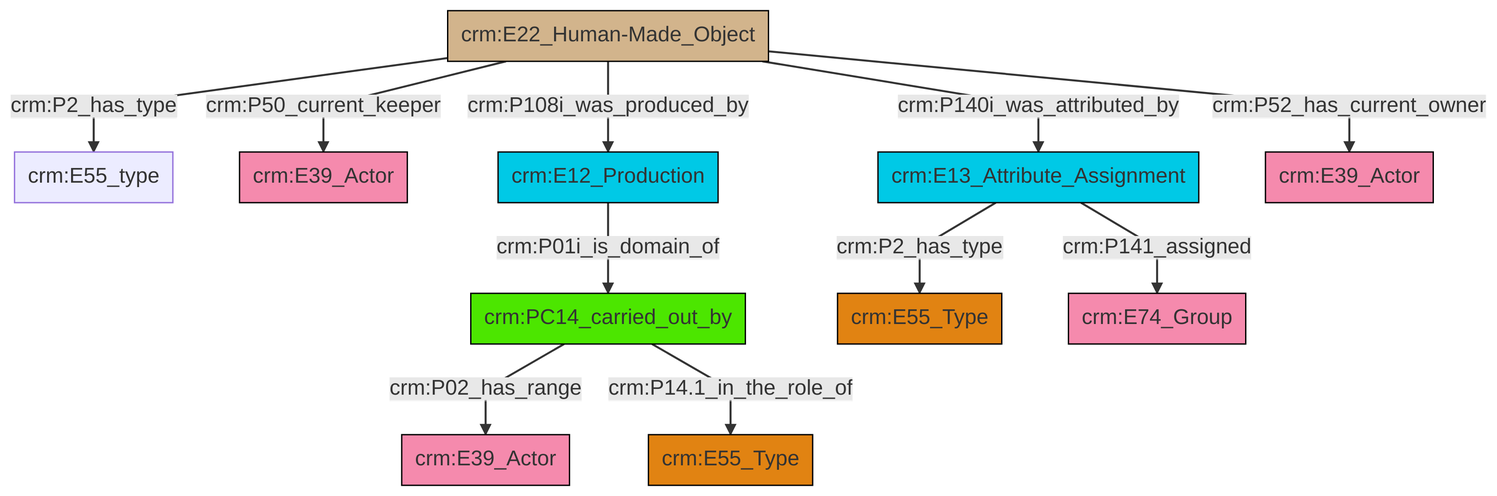
Before: et/artworkCSV/ttl/mmd/png/Artwork_Actor_Relations.png, a diagram exported from Mermaid (swiss-art-research-net/reference-data-models). Its source is kept beside it as et/artworkCSV/ttl/mmd/Artwork_Actor_Relations.ttl.mmd.
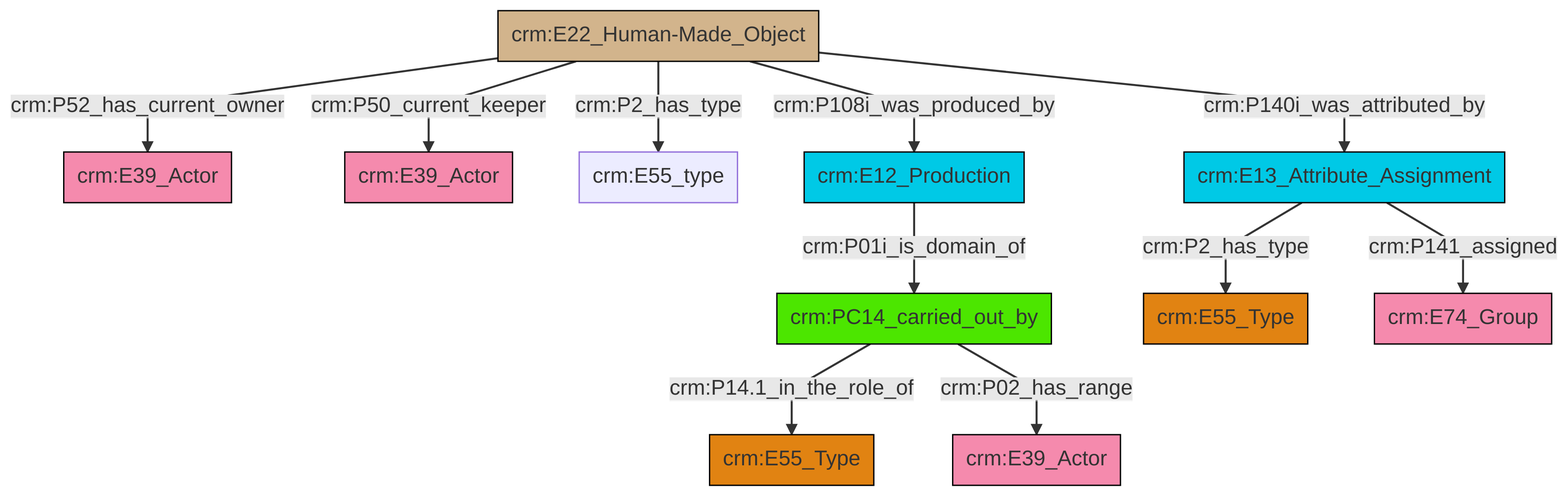
The same file after the commit.

What changed in the source:
```diff
@@ -13,13 +13,13 @@
 classDef PC_Classes fill:#4ce600, stroke:#000000;
 classDef Multi fill:#cccccc,stroke:#000000;
 
-0["crm:PC14_carried_out_by"]:::PC_Classes -->|crm:P02_has_range| 1["crm:E39_Actor"]:::Actor
-0["crm:PC14_carried_out_by"]:::PC_Classes -->|crm:P14.1_in_the_role_of| 2["crm:E55_Type"]:::Type
-3["crm:E22_Human-Made_Object"]:::Physical_Thing -->|crm:P2_has_type| 4["crm:E55_type"]:::Default
-3["crm:E22_Human-Made_Object"]:::Physical_Thing -->|crm:P50_current_keeper| 5["crm:E39_Actor"]:::Actor
-3["crm:E22_Human-Made_Object"]:::Physical_Thing -->|crm:P140i_was_attributed_by| 9["crm:E13_Attribute_Assignment"]:::Temporal_Entity
-9["crm:E13_Attribute_Assignment"]:::Temporal_Entity -->|crm:P141_assigned| 12["crm:E74_Group"]:::Actor
-3["crm:E22_Human-Made_Object"]:::Physical_Thing -->|crm:P108i_was_produced_by| 13["crm:E12_Production"]:::Temporal_Entity
-3["crm:E22_Human-Made_Object"]:::Physical_Thing -->|crm:P52_has_current_owner| 16["crm:E39_Actor"]:::Actor
-9["crm:E13_Attribute_Assignment"]:::Temporal_Entity -->|crm:P2_has_type| 6["crm:E55_Type"]:::Type
-13["crm:E12_Production"]:::Temporal_Entity -->|crm:P01i_is_domain_of| 0["crm:PC14_carried_out_by"]:::PC_Classes
+12["crm:PC14_carried_out_by"]:::PC_Classes -->|crm:P14.1_in_the_role_of| 2["crm:E55_Type"]:::Type
+0["crm:E13_Attribute_Assignment"]:::Temporal_Entity -->|crm:P2_has_type| 6["crm:E55_Type"]:::Type
+14["crm:E22_Human-Made_Object"]:::Physical_Thing -->|crm:P52_has_current_owner| 8["crm:E39_Actor"]:::Actor
+0["crm:E13_Attribute_Assignment"]:::Temporal_Entity -->|crm:P141_assigned| 17["crm:E74_Group"]:::Actor
+14["crm:E22_Human-Made_Object"]:::Physical_Thing -->|crm:P50_current_keeper| 10["crm:E39_Actor"]:::Actor
+12["crm:PC14_carried_out_by"]:::PC_Classes -->|crm:P02_has_range| 19["crm:E39_Actor"]:::Actor
+14["crm:E22_Human-Made_Object"]:::Physical_Thing -->|crm:P2_has_type| 4["crm:E55_type"]:::Default
+21["crm:E12_Production"]:::Temporal_Entity -->|crm:P01i_is_domain_of| 12["crm:PC14_carried_out_by"]:::PC_Classes
+14["crm:E22_Human-Made_Object"]:::Physical_Thing -->|crm:P108i_was_produced_by| 21["crm:E12_Production"]:::Temporal_Entity
+14["crm:E22_Human-Made_Object"]:::Physical_Thing -->|crm:P140i_was_attributed_by| 0["crm:E13_Attribute_Assignment"]:::Temporal_Entity
```
